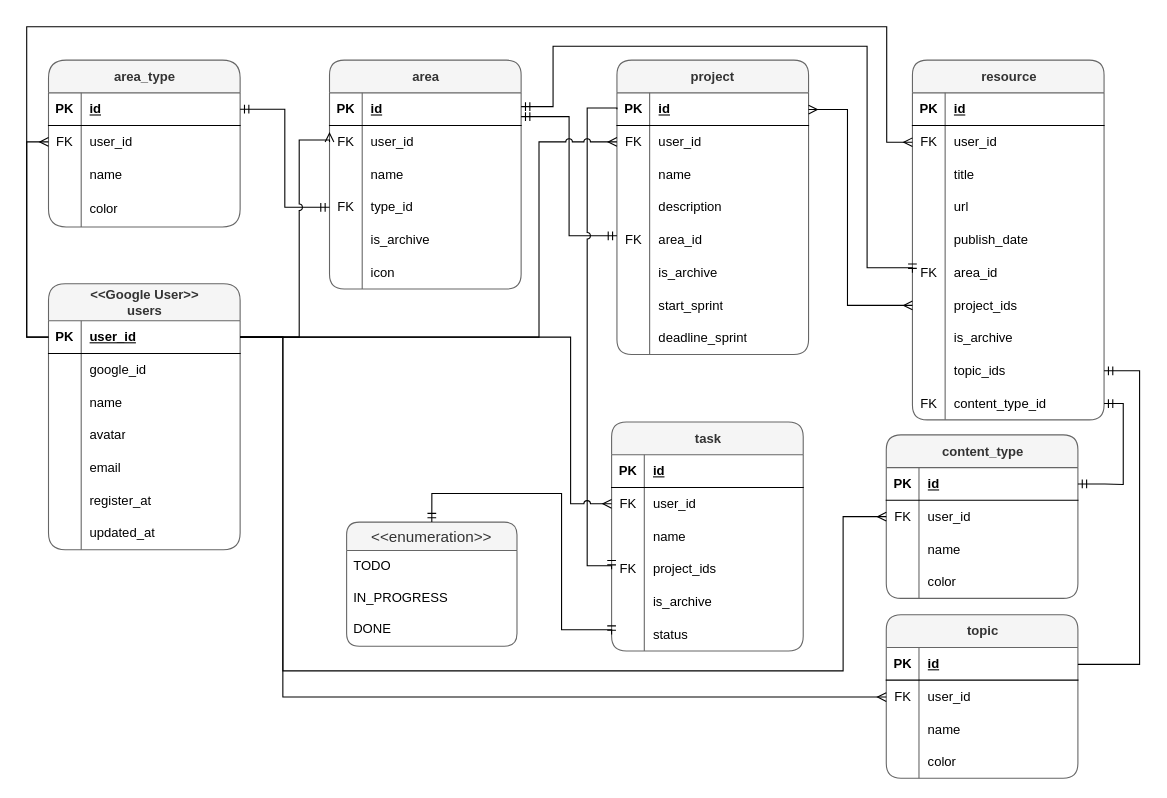
Earlier version of the draw.io diagram Setala-App.drawio (yogiprsetya/app.diagrams.net). Source tidied: cells renumbered, new cells numbered last; positions are measured from the earlier drawing's top-left corner, leaving out a move shared by most shapes. Both pictures are drawn from the tidied source at 109%, with x=0, y=0 at pixel (26, 26).
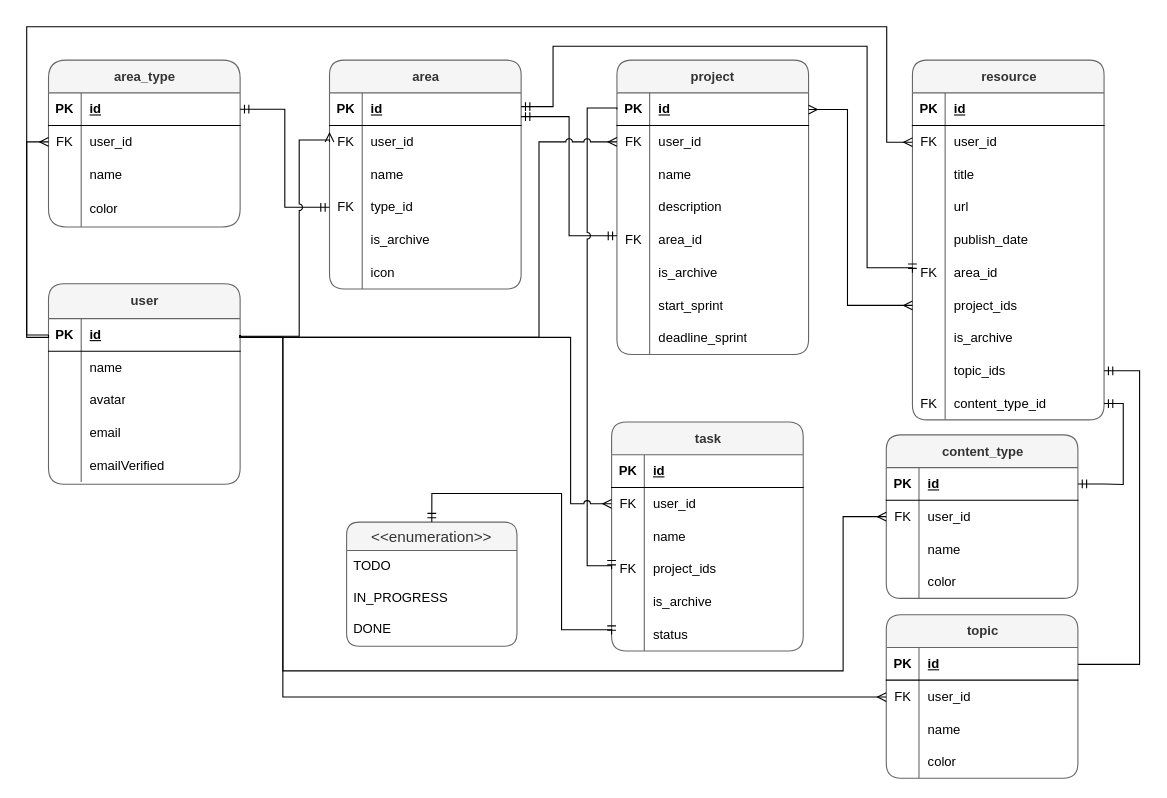
Above is the later version.

Change to the diagram source:
```diff
@@
-    <mxCell id="147" value="&amp;lt;&amp;lt;Google User&amp;gt;&amp;gt;&lt;br&gt;users" style="shape=table;startSize=34;childLayout=tableLayout;rowLines=0;fontStyle=1;align=center;html=1;rounded=1;fillColor=#f5f5f5;fontColor=#333333;strokeColor=#666666;" parent="1" vertex="1">
-      <mxGeometry x="20" y="235.8" width="175.8" height="244" as="geometry" />
+    <mxCell id="147" value="user" style="shape=table;startSize=32;childLayout=tableLayout;rowLines=0;fontStyle=1;align=center;html=1;rounded=1;fillColor=#f5f5f5;fontColor=#333333;strokeColor=#666666;" parent="1" vertex="1">
+      <mxGeometry x="20" y="235.8" width="175.8" height="184" as="geometry" />
     </mxCell>
     <mxCell id="148" style="shape=tableRow;horizontal=0;startSize=0;swimlaneHead=0;swimlaneBody=0;fillColor=none;points=[[0,0.5],[1,0.5]];portConstraint=eastwest;top=0;left=0;right=0;bottom=1;" parent="147" vertex="1">
-      <mxGeometry y="34" width="175.8" height="30" as="geometry" />
+      <mxGeometry y="32" width="175.8" height="30" as="geometry" />
     </mxCell>
@@
-    <mxCell id="150" value="user_id" style="shape=partialRectangle;fillColor=none;top=0;left=0;bottom=0;right=0;align=left;spacingLeft=6;fontStyle=5;overflow=hidden;whiteSpace=wrap;html=1;" parent="148" vertex="1">
+    <mxCell id="150" value="id" style="shape=partialRectangle;fillColor=none;top=0;left=0;bottom=0;right=0;align=left;spacingLeft=6;fontStyle=5;overflow=hidden;whiteSpace=wrap;html=1;" parent="148" vertex="1">
       <mxGeometry x="30" width="145.8" height="30" as="geometry" />
     </mxCell>
-    <mxCell id="151" style="shape=tableRow;horizontal=0;startSize=0;swimlaneHead=0;swimlaneBody=0;fillColor=none;top=0;left=0;right=0;bottom=0;" parent="147" vertex="1">
-      <mxGeometry y="64" width="175.8" height="30" as="geometry" />
-    </mxCell>
-    <mxCell id="152" style="shape=partialRectangle;fillColor=none;top=0;left=0;bottom=0;right=0;overflow=hidden;whiteSpace=wrap;html=1;" parent="151" vertex="1">
-      <mxGeometry width="30" height="30" as="geometry" />
-    </mxCell>
-    <mxCell id="153" value="google_id" style="shape=partialRectangle;fillColor=none;top=0;left=0;bottom=0;right=0;align=left;spacingLeft=6;overflow=hidden;whiteSpace=wrap;html=1;" parent="151" vertex="1">
-      <mxGeometry x="30" width="145.8" height="30" as="geometry" />
-    </mxCell>
     <mxCell id="154" style="shape=tableRow;horizontal=0;startSize=0;swimlaneHead=0;swimlaneBody=0;fillColor=none;top=0;left=0;right=0;bottom=0;" parent="147" vertex="1">
-      <mxGeometry y="94" width="175.8" height="30" as="geometry" />
+      <mxGeometry y="62" width="175.8" height="30" as="geometry" />
     </mxCell>
@@
     <mxCell id="157" style="shape=tableRow;horizontal=0;startSize=0;swimlaneHead=0;swimlaneBody=0;fillColor=none;top=0;left=0;right=0;bottom=0;" parent="147" vertex="1">
-      <mxGeometry y="124" width="175.8" height="30" as="geometry" />
+      <mxGeometry y="92" width="175.8" height="30" as="geometry" />
     </mxCell>
@@
     <mxCell id="160" style="shape=tableRow;horizontal=0;startSize=0;swimlaneHead=0;swimlaneBody=0;fillColor=none;top=0;left=0;right=0;bottom=0;" parent="147" vertex="1">
-      <mxGeometry y="154" width="175.8" height="30" as="geometry" />
+      <mxGeometry y="122" width="175.8" height="30" as="geometry" />
     </mxCell>
@@
     <mxCell id="163" style="shape=tableRow;horizontal=0;startSize=0;swimlaneHead=0;swimlaneBody=0;fillColor=none;top=0;left=0;right=0;bottom=0;" parent="147" vertex="1">
-      <mxGeometry y="184" width="175.8" height="30" as="geometry" />
+      <mxGeometry y="152" width="175.8" height="30" as="geometry" />
     </mxCell>
@@
-    <mxCell id="165" value="register_at" style="shape=partialRectangle;fillColor=none;top=0;left=0;bottom=0;right=0;align=left;spacingLeft=6;overflow=hidden;whiteSpace=wrap;html=1;" parent="163" vertex="1">
+    <mxCell id="165" value="emailVerified" style="shape=partialRectangle;fillColor=none;top=0;left=0;bottom=0;right=0;align=left;spacingLeft=6;overflow=hidden;whiteSpace=wrap;html=1;" parent="163" vertex="1">
       <mxGeometry x="30" width="145.8" height="30" as="geometry" />
     </mxCell>
-    <mxCell id="166" style="shape=tableRow;horizontal=0;startSize=0;swimlaneHead=0;swimlaneBody=0;fillColor=none;top=0;left=0;right=0;bottom=0;" parent="147" vertex="1">
-      <mxGeometry y="214" width="175.8" height="30" as="geometry" />
-    </mxCell>
-    <mxCell id="167" style="shape=partialRectangle;fillColor=none;top=0;left=0;bottom=0;right=0;overflow=hidden;whiteSpace=wrap;html=1;" parent="166" vertex="1">
-      <mxGeometry width="30" height="30" as="geometry" />
-    </mxCell>
-    <mxCell id="168" value="updated_at" style="shape=partialRectangle;fillColor=none;top=0;left=0;bottom=0;right=0;align=left;spacingLeft=6;overflow=hidden;whiteSpace=wrap;html=1;" parent="166" vertex="1">
-      <mxGeometry x="30" width="145.8" height="30" as="geometry" />
-    </mxCell>
```
